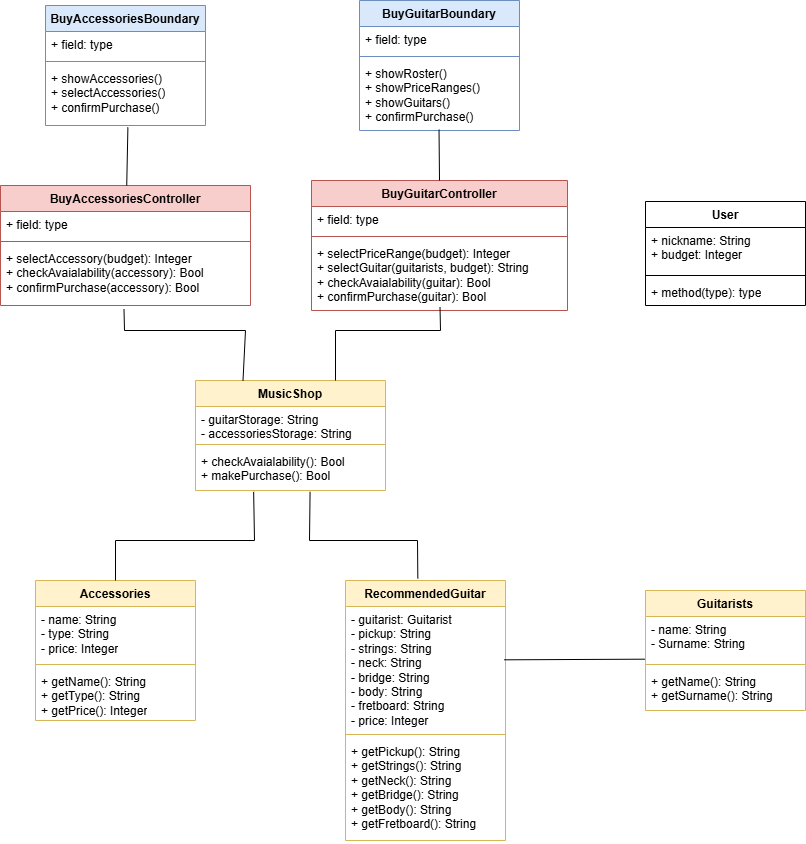
TizianoLilli/ISPW-Project keeps this draw.io diagram as diagrams/BCEM.drawio.png. Above is the earlier version. Source tidied: cells renumbered, new cells last; positions are measured from the earlier drawing's top-left corner, leaving out a move shared by most shapes.
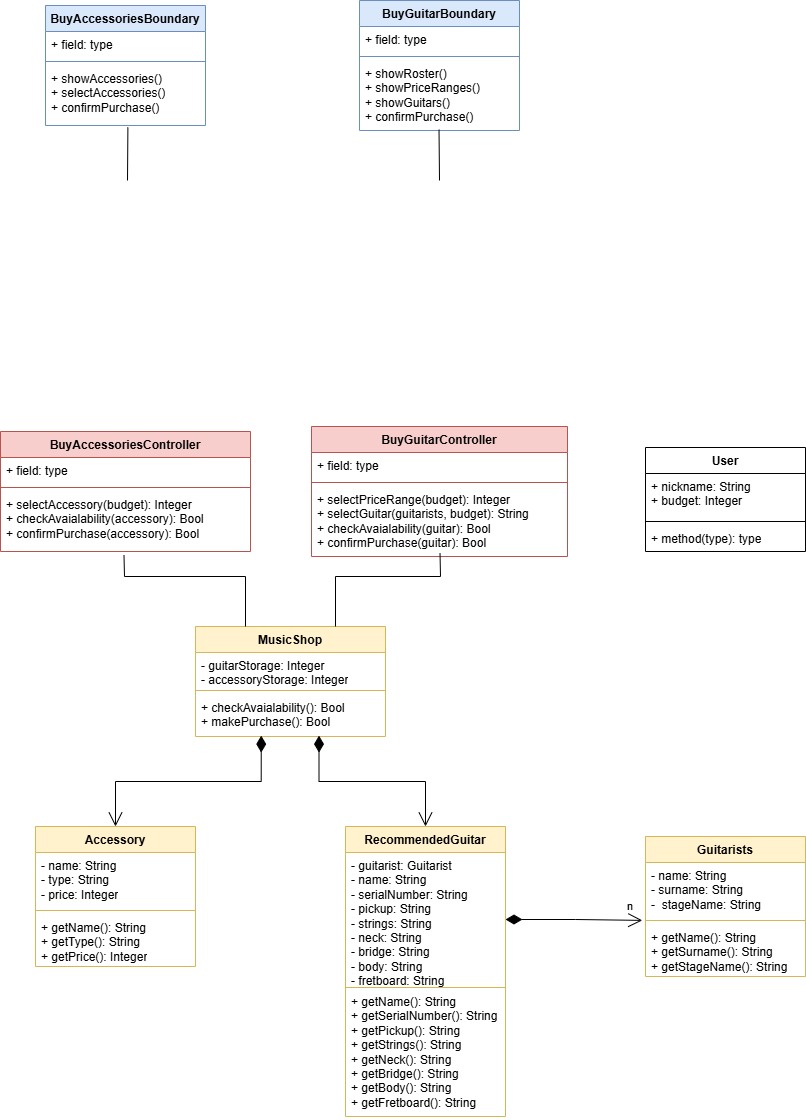
The same diagram one commit later.

What changed in the source:
```diff
@@ -3,28 +3,28 @@
     <mxCell id="0" />
     <mxCell id="1" parent="0" />
     <mxCell id="2" value="Guitarists" style="swimlane;fontStyle=1;align=center;verticalAlign=top;horizontal=1;startSize=26;whiteSpace=wrap;html=1;fillColor=#fff2cc;strokeColor=#d6b656;" parent="1" vertex="1">
-      <mxGeometry x="645" y="590" width="160" height="120" as="geometry" />
+      <mxGeometry x="645" y="590" width="160" height="140" as="geometry" />
     </mxCell>
-    <mxCell id="3" value="- name: String&lt;div&gt;- Surname: String&lt;/div&gt;" style="text;strokeColor=none;fillColor=none;align=left;verticalAlign=top;spacingLeft=4;spacingRight=4;overflow=hidden;points=[[0,0.5],[1,0.5]];portConstraint=eastwest;whiteSpace=wrap;html=1;" parent="2" vertex="1">
-      <mxGeometry y="26" width="160" height="44" as="geometry" />
+    <mxCell id="3" value="- name: String&lt;div&gt;- surname: String&lt;/div&gt;&lt;div&gt;-&amp;nbsp; stageName: String&lt;/div&gt;" style="text;strokeColor=none;fillColor=none;align=left;verticalAlign=top;spacingLeft=4;spacingRight=4;overflow=hidden;points=[[0,0.5],[1,0.5]];portConstraint=eastwest;whiteSpace=wrap;html=1;" parent="2" vertex="1">
+      <mxGeometry y="26" width="160" height="54" as="geometry" />
     </mxCell>
     <mxCell id="4" style="line;strokeWidth=1;fillColor=none;align=left;verticalAlign=middle;spacingTop=-1;spacingLeft=3;spacingRight=3;labelPosition=right;strokeColor=inherit;" parent="2" vertex="1">
-      <mxGeometry y="70" width="160" height="8" as="geometry" />
+      <mxGeometry y="80" width="160" height="8" as="geometry" />
     </mxCell>
-    <mxCell id="5" value="+ getName(): String&lt;div&gt;+ getSurname(): String&lt;/div&gt;" style="text;strokeColor=none;fillColor=none;align=left;verticalAlign=top;spacingLeft=4;spacingRight=4;overflow=hidden;points=[[0,0.5],[1,0.5]];portConstraint=eastwest;whiteSpace=wrap;html=1;" parent="2" vertex="1">
-      <mxGeometry y="78" width="160" height="42" as="geometry" />
+    <mxCell id="5" value="+ getName(): String&lt;div&gt;+ getSurname(): String&lt;/div&gt;&lt;div&gt;+ getStageName(): String&lt;/div&gt;" style="text;strokeColor=none;fillColor=none;align=left;verticalAlign=top;spacingLeft=4;spacingRight=4;overflow=hidden;points=[[0,0.5],[1,0.5]];portConstraint=eastwest;whiteSpace=wrap;html=1;" parent="2" vertex="1">
+      <mxGeometry y="88" width="160" height="52" as="geometry" />
     </mxCell>
     <mxCell id="6" value="RecommendedGuitar" style="swimlane;fontStyle=1;align=center;verticalAlign=top;horizontal=1;startSize=26;whiteSpace=wrap;html=1;fillColor=#fff2cc;strokeColor=#d6b656;" parent="1" vertex="1">
-      <mxGeometry x="345" y="580" width="160" height="260" as="geometry" />
+      <mxGeometry x="345" y="580" width="160" height="290" as="geometry" />
     </mxCell>
-    <mxCell id="7" value="- guitarist: Guitarist&lt;div&gt;- pickup: String&lt;/div&gt;&lt;div&gt;- strings: String&lt;/div&gt;&lt;div&gt;- neck: String&lt;/div&gt;&lt;div&gt;- bridge: String&lt;/div&gt;&lt;div&gt;- body: String&lt;/div&gt;&lt;div&gt;- fretboard: String&lt;/div&gt;&lt;div&gt;- price: Integer&lt;/div&gt;" style="text;strokeColor=none;fillColor=none;align=left;verticalAlign=top;spacingLeft=4;spacingRight=4;overflow=hidden;points=[[0,0.5],[1,0.5]];portConstraint=eastwest;whiteSpace=wrap;html=1;" parent="6" vertex="1">
-      <mxGeometry y="26" width="160" height="124" as="geometry" />
+    <mxCell id="7" value="- guitarist: Guitarist&lt;div&gt;- name: String&lt;/div&gt;&lt;div&gt;- serialNumber: String&lt;br&gt;&lt;div&gt;&lt;div&gt;- pickup: String&lt;/div&gt;&lt;div&gt;- strings: String&lt;/div&gt;&lt;div&gt;- neck: String&lt;/div&gt;&lt;div&gt;- bridge: String&lt;/div&gt;&lt;div&gt;- body: String&lt;/div&gt;&lt;div&gt;- fretboard: String&lt;/div&gt;&lt;div&gt;- price: Integer&lt;/div&gt;&lt;/div&gt;&lt;/div&gt;" style="text;strokeColor=none;fillColor=none;align=left;verticalAlign=top;spacingLeft=4;spacingRight=4;overflow=hidden;points=[[0,0.5],[1,0.5]];portConstraint=eastwest;whiteSpace=wrap;html=1;" parent="6" vertex="1">
+      <mxGeometry y="26" width="160" height="134" as="geometry" />
     </mxCell>
     <mxCell id="8" style="line;strokeWidth=1;fillColor=none;align=left;verticalAlign=middle;spacingTop=-1;spacingLeft=3;spacingRight=3;labelPosition=right;strokeColor=inherit;" parent="6" vertex="1">
-      <mxGeometry y="150" width="160" height="8" as="geometry" />
+      <mxGeometry y="160" width="160" height="2" as="geometry" />
     </mxCell>
-    <mxCell id="9" value="+ getPickup(): String&lt;div&gt;+ getStrings()&lt;span style=&quot;background-color: initial;&quot;&gt;: String&lt;/span&gt;&lt;/div&gt;&lt;div&gt;+ getNeck()&lt;span style=&quot;background-color: initial;&quot;&gt;: String&lt;/span&gt;&lt;/div&gt;&lt;div&gt;+ getBridge()&lt;span style=&quot;background-color: initial;&quot;&gt;: String&lt;/span&gt;&lt;/div&gt;&lt;div&gt;+ getBody()&lt;span style=&quot;background-color: initial;&quot;&gt;: String&lt;/span&gt;&lt;/div&gt;&lt;div&gt;+ getFretboard(): String&lt;/div&gt;" style="text;strokeColor=none;fillColor=none;align=left;verticalAlign=top;spacingLeft=4;spacingRight=4;overflow=hidden;whiteSpace=wrap;html=1;" parent="6" vertex="1">
-      <mxGeometry y="158" width="160" height="102" as="geometry" />
+    <mxCell id="9" value="&lt;div&gt;+ getName(): String&lt;/div&gt;&lt;div&gt;+ getSerialNumber(): String&lt;/div&gt;+ getPickup(): String&lt;div&gt;+ getStrings()&lt;span style=&quot;background-color: initial;&quot;&gt;: String&lt;/span&gt;&lt;/div&gt;&lt;div&gt;+ getNeck()&lt;span style=&quot;background-color: initial;&quot;&gt;: String&lt;/span&gt;&lt;/div&gt;&lt;div&gt;+ getBridge()&lt;span style=&quot;background-color: initial;&quot;&gt;: String&lt;/span&gt;&lt;/div&gt;&lt;div&gt;+ getBody()&lt;span style=&quot;background-color: initial;&quot;&gt;: String&lt;/span&gt;&lt;/div&gt;&lt;div&gt;+ getFretboard(): String&lt;/div&gt;" style="text;strokeColor=none;fillColor=none;align=left;verticalAlign=top;spacingLeft=4;spacingRight=4;overflow=hidden;whiteSpace=wrap;html=1;" parent="6" vertex="1">
+      <mxGeometry y="162" width="160" height="128" as="geometry" />
     </mxCell>
     <mxCell id="10" value="User" style="swimlane;fontStyle=1;align=center;verticalAlign=top;horizontal=1;startSize=26;whiteSpace=wrap;html=1;" parent="1" vertex="1">
       <mxGeometry x="645" y="201" width="160" height="104" as="geometry" />
@@ -51,7 +51,7 @@
       <mxGeometry y="60" width="256" height="70" as="geometry" />
     </mxCell>
     <mxCell id="18" value="BuyGuitarBoundary" style="swimlane;fontStyle=1;align=center;verticalAlign=top;horizontal=1;startSize=26;whiteSpace=wrap;html=1;fillColor=#dae8fc;strokeColor=#6c8ebf;" parent="1" vertex="1">
-      <mxGeometry x="359" width="160" height="130" as="geometry" />
+      <mxGeometry x="359" y="-246" width="160" height="130" as="geometry" />
     </mxCell>
     <mxCell id="19" value="+ field: type" style="text;strokeColor=none;fillColor=none;align=left;verticalAlign=top;spacingLeft=4;spacingRight=4;overflow=hidden;whiteSpace=wrap;html=1;" parent="18" vertex="1">
       <mxGeometry y="26" width="160" height="26" as="geometry" />
@@ -62,16 +62,15 @@
     <mxCell id="21" value="+ showRoster()&lt;div&gt;+ showPriceRanges()&lt;/div&gt;&lt;div&gt;+ showGuitars()&lt;/div&gt;&lt;div&gt;+ confirmPurchase()&lt;/div&gt;" style="text;strokeColor=none;fillColor=none;align=left;verticalAlign=top;spacingLeft=4;spacingRight=4;overflow=hidden;points=[[0,0.5],[1,0.5]];portConstraint=eastwest;whiteSpace=wrap;html=1;" parent="18" vertex="1">
       <mxGeometry y="60" width="160" height="70" as="geometry" />
     </mxCell>
-    <mxCell id="22" style="endArrow=none;html=1;rounded=0;exitX=0.992;exitY=0.43;exitDx=0;exitDy=0;entryX=-0.004;entryY=0.97;entryDx=0;entryDy=0;entryPerimeter=0;exitPerimeter=0;" parent="1" edge="1" source="7" target="3">
-      <mxGeometry relative="1" as="geometry" />
-    </mxCell>
-    <mxCell id="23" style="endArrow=none;html=1;rounded=0;exitX=0.497;exitY=0.988;exitDx=0;exitDy=0;entryX=0.5;entryY=0;entryDx=0;entryDy=0;exitPerimeter=0;" parent="1" edge="1" source="21" target="14">
-      <mxGeometry relative="1" as="geometry" />
+    <mxCell id="23" style="endArrow=none;html=1;rounded=0;exitX=0.497;exitY=0.988;exitDx=0;exitDy=0;exitPerimeter=0;" parent="1" edge="1" source="21">
+      <mxGeometry relative="1" as="geometry">
+        <mxPoint x="439" y="-66" as="targetPoint" />
+      </mxGeometry>
     </mxCell>
     <mxCell id="24" value="MusicShop" style="swimlane;fontStyle=1;align=center;verticalAlign=top;horizontal=1;startSize=26;whiteSpace=wrap;html=1;fillColor=#fff2cc;strokeColor=#d6b656;" parent="1" vertex="1">
       <mxGeometry x="195" y="380" width="190" height="110" as="geometry" />
     </mxCell>
-    <mxCell id="25" value="- guitarStorage: String&lt;div&gt;- accessoriesStorage: String&lt;/div&gt;" style="text;strokeColor=none;fillColor=none;align=left;verticalAlign=top;spacingLeft=4;spacingRight=4;overflow=hidden;whiteSpace=wrap;html=1;" parent="24" vertex="1">
+    <mxCell id="25" value="- guitarStorage: Integer&lt;div&gt;- accessoryStorage: Integer&lt;/div&gt;" style="text;strokeColor=none;fillColor=none;align=left;verticalAlign=top;spacingLeft=4;spacingRight=4;overflow=hidden;whiteSpace=wrap;html=1;" parent="24" vertex="1">
       <mxGeometry y="26" width="190" height="34" as="geometry" />
     </mxCell>
     <mxCell id="26" style="line;strokeWidth=1;fillColor=none;align=left;verticalAlign=middle;spacingTop=-1;spacingLeft=3;spacingRight=3;labelPosition=right;strokeColor=inherit;" parent="24" vertex="1">
@@ -80,7 +79,7 @@
     <mxCell id="27" value="+ checkAvaialability(): Bool&lt;div&gt;+ makePurchase(): Bool&lt;/div&gt;" style="text;strokeColor=none;fillColor=none;align=left;verticalAlign=top;spacingLeft=4;spacingRight=4;overflow=hidden;points=[[0,0.5],[1,0.5]];portConstraint=eastwest;whiteSpace=wrap;html=1;" parent="24" vertex="1">
       <mxGeometry y="68" width="190" height="42" as="geometry" />
     </mxCell>
-    <mxCell id="28" value="Accessories" style="swimlane;fontStyle=1;align=center;verticalAlign=top;horizontal=1;startSize=26;whiteSpace=wrap;html=1;fillColor=#fff2cc;strokeColor=#d6b656;" parent="1" vertex="1">
+    <mxCell id="28" value="Accessory" style="swimlane;fontStyle=1;align=center;verticalAlign=top;horizontal=1;startSize=26;whiteSpace=wrap;html=1;fillColor=#fff2cc;strokeColor=#d6b656;" parent="1" vertex="1">
       <mxGeometry x="35" y="580" width="160" height="140" as="geometry" />
     </mxCell>
     <mxCell id="29" value="- name: String&lt;div&gt;- type: String&lt;/div&gt;&lt;div&gt;- price: Integer&lt;/div&gt;" style="text;strokeColor=none;fillColor=none;align=left;verticalAlign=top;spacingLeft=4;spacingRight=4;overflow=hidden;whiteSpace=wrap;html=1;" parent="28" vertex="1">
@@ -105,7 +104,7 @@
       <mxGeometry y="60" width="250" height="60" as="geometry" />
     </mxCell>
     <mxCell id="36" value="BuyAccessoriesBoundary" style="swimlane;fontStyle=1;align=center;verticalAlign=top;horizontal=1;startSize=26;whiteSpace=wrap;html=1;fillColor=#dae8fc;strokeColor=#6c8ebf;" parent="1" vertex="1">
-      <mxGeometry x="45" y="5" width="160" height="120" as="geometry" />
+      <mxGeometry x="45" y="-241" width="160" height="120" as="geometry" />
     </mxCell>
     <mxCell id="37" value="+ field: type" style="text;strokeColor=none;fillColor=none;align=left;verticalAlign=top;spacingLeft=4;spacingRight=4;overflow=hidden;whiteSpace=wrap;html=1;" parent="36" vertex="1">
       <mxGeometry y="26" width="160" height="26" as="geometry" />
@@ -125,32 +124,32 @@
         </Array>
       </mxGeometry>
     </mxCell>
-    <mxCell id="41" style="endArrow=none;html=1;rounded=0;exitX=0.25;exitY=0;exitDx=0;exitDy=0;entryX=0.494;entryY=1.065;entryDx=0;entryDy=0;entryPerimeter=0;" parent="1" edge="1" source="24" target="35">
+    <mxCell id="41" style="endArrow=none;html=1;rounded=0;entryX=0.494;entryY=1.065;entryDx=0;entryDy=0;entryPerimeter=0;" parent="1" edge="1" target="35">
       <mxGeometry relative="1" as="geometry">
+        <mxPoint x="245" y="380" as="sourcePoint" />
         <Array as="points">
           <mxPoint x="245" y="330" />
           <mxPoint x="124" y="330" />
         </Array>
       </mxGeometry>
     </mxCell>
+    <mxCell id="44" style="endArrow=none;html=1;rounded=0;entryX=0.515;entryY=1.032;entryDx=0;entryDy=0;entryPerimeter=0;" parent="1" edge="1" target="39">
+      <mxGeometry relative="1" as="geometry">
+        <mxPoint x="127" y="-66" as="sourcePoint" />
+      </mxGeometry>
+    </mxCell>
+    <mxCell id="45" style="endArrow=open;html=1;endSize=12;startArrow=diamondThin;startSize=14;startFill=1;edgeStyle=orthogonalEdgeStyle;align=left;verticalAlign=bottom;rounded=0;entryX=0.5;entryY=0;entryDx=0;entryDy=0;exitX=0.346;exitY=0.979;exitDx=0;exitDy=0;exitPerimeter=0;" parent="1" edge="1" source="27" target="28">
+      <mxGeometry x="-0.61" y="43" relative="1" as="geometry">
+        <mxPoint x="24" y="-8" as="offset" />
+      </mxGeometry>
+    </mxCell>
-    <mxCell id="42" style="endArrow=none;html=1;rounded=0;exitX=0.603;exitY=1.032;exitDx=0;exitDy=0;exitPerimeter=0;entryX=0.452;entryY=-0.008;entryDx=0;entryDy=0;entryPerimeter=0;" parent="1" edge="1" source="27" target="6">
-      <mxGeometry relative="1" as="geometry">
-        <Array as="points">
-          <mxPoint x="309" y="540" />
-          <mxPoint x="417" y="540" />
-        </Array>
+    <mxCell id="42" style="endArrow=open;html=1;endSize=12;startArrow=diamondThin;startSize=14;startFill=1;edgeStyle=orthogonalEdgeStyle;align=left;verticalAlign=bottom;rounded=0;entryX=0.5;entryY=0;entryDx=0;entryDy=0;exitX=0.65;exitY=0.979;exitDx=0;exitDy=0;exitPerimeter=0;" parent="1" edge="1" source="27" target="6">
+      <mxGeometry x="0.54" y="25" relative="1" as="geometry">
+        <mxPoint x="-5" y="-15" as="offset" />
       </mxGeometry>
     </mxCell>
-    <mxCell id="43" style="endArrow=none;html=1;rounded=0;entryX=0.306;entryY=1.032;entryDx=0;entryDy=0;entryPerimeter=0;exitX=0.5;exitY=0;exitDx=0;exitDy=0;" parent="1" edge="1" source="28" target="27">
-      <mxGeometry relative="1" as="geometry">
-        <Array as="points">
-          <mxPoint x="115" y="540" />
-          <mxPoint x="254" y="540" />
-        </Array>
-      </mxGeometry>
-    </mxCell>
-    <mxCell id="44" style="endArrow=none;html=1;rounded=0;entryX=0.515;entryY=1.032;entryDx=0;entryDy=0;entryPerimeter=0;" parent="1" edge="1" source="32" target="39">
-      <mxGeometry relative="1" as="geometry" />
-    </mxCell>
+    <mxCell id="46" value="n" style="endArrow=open;html=1;endSize=12;startArrow=diamondThin;startSize=14;startFill=1;edgeStyle=orthogonalEdgeStyle;align=left;verticalAlign=bottom;rounded=0;entryX=-0.02;entryY=-0.079;entryDx=0;entryDy=0;exitX=1;exitY=0.5;exitDx=0;exitDy=0;entryPerimeter=0;" parent="1" edge="1" source="7" target="5">
+      <mxGeometry x="0.76" y="5" relative="1" as="geometry" />
+    </mxCell>
   </root>
 </mxGraphModel>
```
